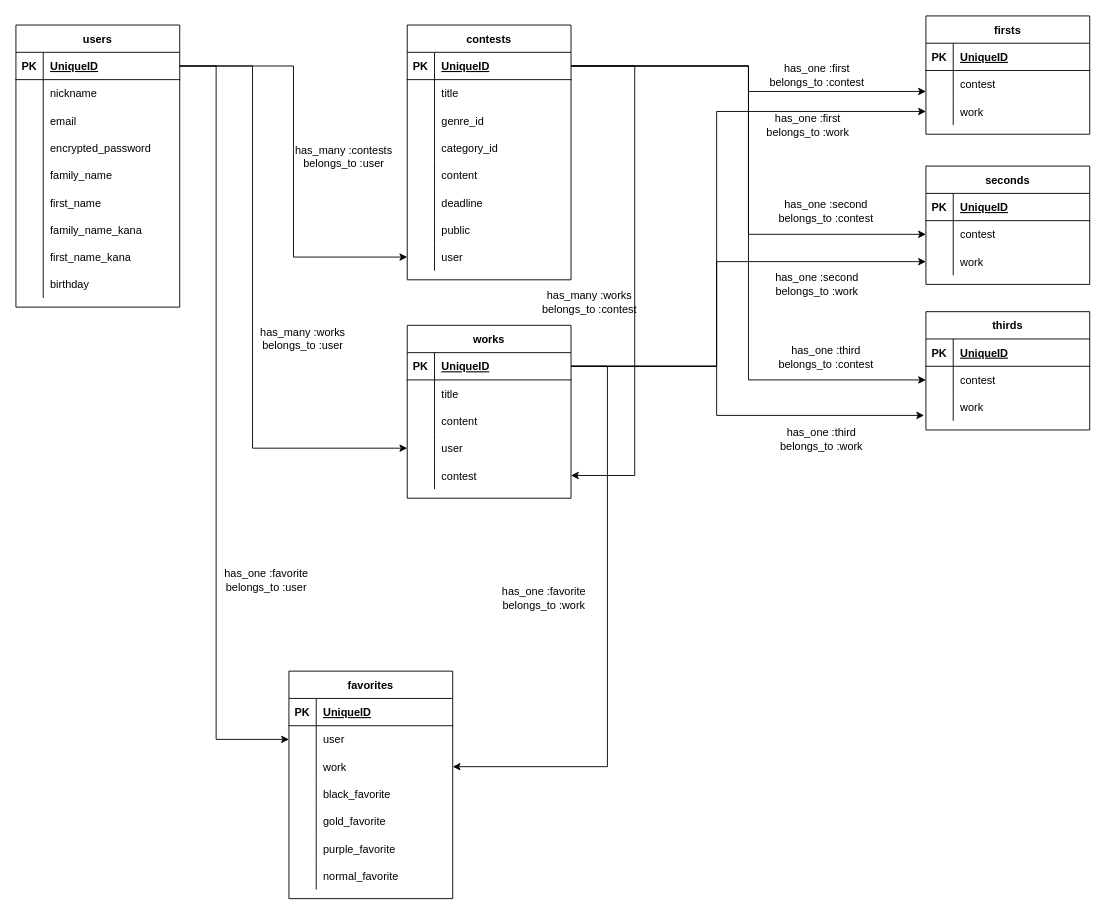
tokiya-takai/moroheiya keeps this draw.io diagram as e-r.dio. Above is the earlier version. Source tidied: cells renumbered, new cells numbered last; positions are measured from the earlier drawing's top-left corner, leaving out a move shared by most shapes. Both pictures are drawn from the tidied source at 91%, with x=0, y=0 at pixel (15, 15).
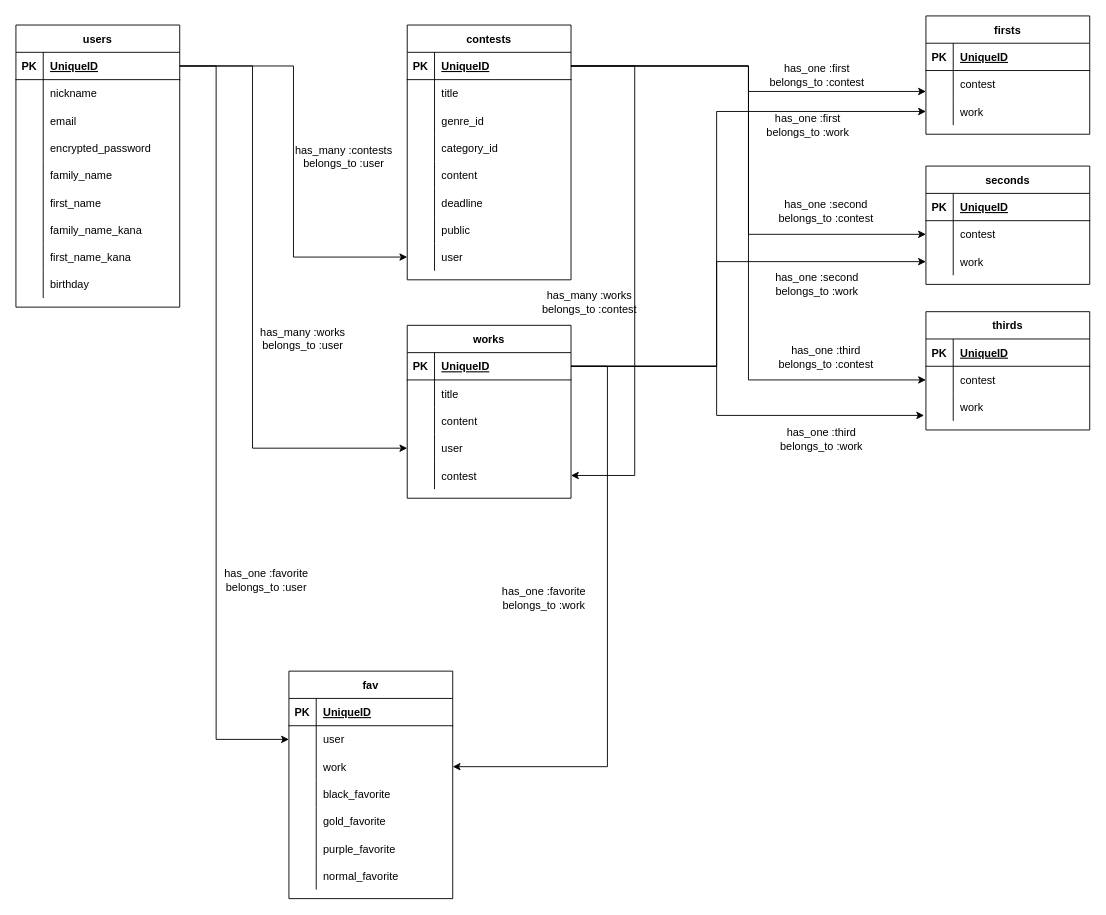
Above is the later version.

What changed in the source:
```diff
@@
-    <mxCell id="75" value="favorites" style="shape=table;startSize=30;childLayout=tableLayout;rowLines=0;fontStyle=1;align=center;" parent="1" vertex="1">
+    <mxCell id="75" value="fav" style="shape=table;startSize=30;childLayout=tableLayout;rowLines=0;fontStyle=1;align=center;" parent="1" vertex="1">
       <mxGeometry x="300" y="720" width="180" height="250" as="geometry" />
     </mxCell>
```
